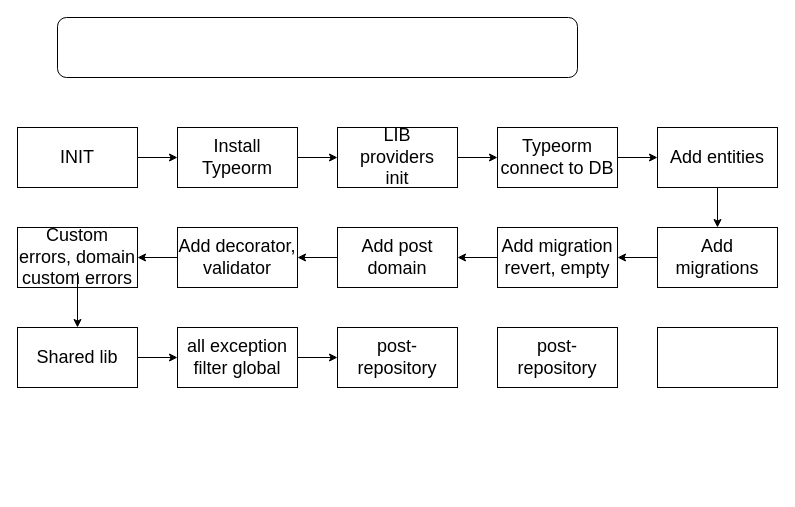
wtfkimi/structure_algoritms keeps this draw.io diagram as draw/Диаграмма без названия.drawio. Above is the earlier version. Source tidied: cells renumbered, new cells numbered last; positions are measured from the earlier drawing's top-left corner, leaving out a move shared by most shapes. Both pictures are drawn from the tidied source at 100%, with x=0, y=0 at pixel (17, 17).
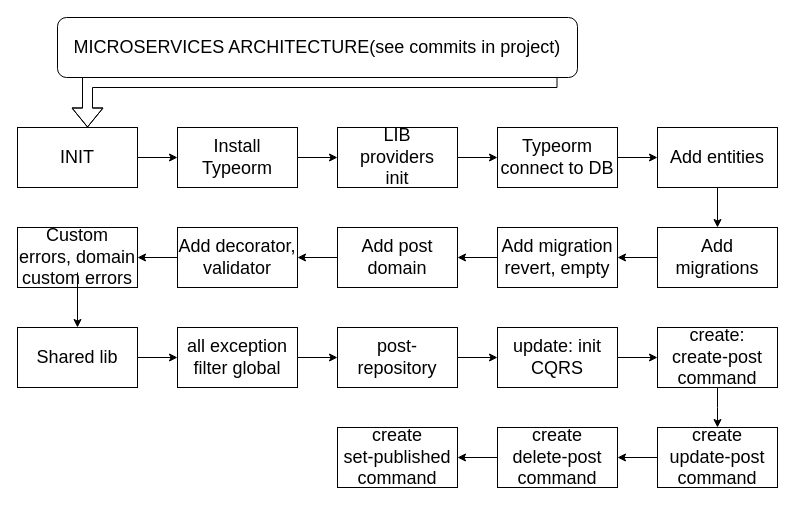
The same page after the edit.

The change refers to these unchanged cells:
```xml
<mxCell id="37" style="rounded=0;whiteSpace=wrap;html=1;" parent="1" vertex="1">
  <mxGeometry x="640" y="310" width="120" height="60" as="geometry" />
</mxCell>
<mxCell id="42" value="&lt;font style=&quot;font-size: 18px;&quot;&gt;post-repository&lt;/font&gt;" style="text;html=1;strokeColor=none;fillColor=none;align=center;verticalAlign=middle;whiteSpace=wrap;rounded=0;" parent="1" vertex="1">
  <mxGeometry x="320" y="325" width="120" height="30" as="geometry" />
</mxCell>
```

What changed in the source:
```diff
@@
-    <mxCell id="7" style="rounded=1;whiteSpace=wrap;html=1;" parent="1" vertex="1">
+    <mxCell id="7" value="&lt;font style=&quot;font-size: 18px;&quot;&gt;MICROSERVICES ARCHITECTURE(see commits in project)&lt;/font&gt;" style="rounded=1;whiteSpace=wrap;html=1;" parent="1" vertex="1">
       <mxGeometry x="40" width="520" height="60" as="geometry" />
     </mxCell>
@@
+    <mxCell id="44" style="edgeStyle=orthogonalEdgeStyle;rounded=0;jettySize=auto;html=1;" parent="1" edge="1" source="42" target="43">
+      <mxGeometry relative="1" as="geometry" />
+    </mxCell>
@@
+    <mxCell id="45" style="edgeStyle=orthogonalEdgeStyle;rounded=0;jettySize=auto;html=1;" parent="1" edge="1" source="43" target="50">
+      <mxGeometry relative="1" as="geometry" />
+    </mxCell>
-    <mxCell id="43" value="&lt;font style=&quot;font-size: 18px;&quot;&gt;post-repository&lt;/font&gt;" style="text;html=1;strokeColor=none;fillColor=none;align=center;verticalAlign=middle;whiteSpace=wrap;rounded=0;" parent="1" vertex="1">
+    <mxCell id="43" value="&lt;span style=&quot;font-size: 18px;&quot;&gt;update: init CQRS&lt;/span&gt;" style="text;html=1;strokeColor=none;fillColor=none;align=center;verticalAlign=middle;whiteSpace=wrap;rounded=0;" parent="1" vertex="1">
       <mxGeometry x="480" y="325" width="120" height="30" as="geometry" />
     </mxCell>
+    <mxCell id="46" style="rounded=0;whiteSpace=wrap;html=1;" parent="1" vertex="1">
+      <mxGeometry x="640" y="410" width="120" height="60" as="geometry" />
+    </mxCell>
+    <mxCell id="47" style="rounded=0;whiteSpace=wrap;html=1;" parent="1" vertex="1">
+      <mxGeometry x="480" y="410" width="120" height="60" as="geometry" />
+    </mxCell>
+    <mxCell id="48" style="rounded=0;whiteSpace=wrap;html=1;" parent="1" vertex="1">
+      <mxGeometry x="320" y="410" width="120" height="60" as="geometry" />
+    </mxCell>
+    <mxCell id="49" style="edgeStyle=orthogonalEdgeStyle;rounded=0;jettySize=auto;html=1;exitX=0.5;exitY=1;exitDx=0;exitDy=0;" parent="1" edge="1" source="37">
+      <mxGeometry relative="1" as="geometry">
+        <mxPoint x="700" y="410" as="targetPoint" />
+      </mxGeometry>
+    </mxCell>
+    <mxCell id="50" value="&lt;span style=&quot;font-size: 18px;&quot;&gt;create:&lt;br&gt;create-post command&lt;/span&gt;" style="text;html=1;strokeColor=none;fillColor=none;align=center;verticalAlign=middle;whiteSpace=wrap;rounded=0;" parent="1" vertex="1">
+      <mxGeometry x="640" y="325" width="120" height="30" as="geometry" />
+    </mxCell>
+    <mxCell id="51" style="edgeStyle=orthogonalEdgeStyle;rounded=0;jettySize=auto;html=1;" parent="1" edge="1" source="52" target="54">
+      <mxGeometry relative="1" as="geometry" />
+    </mxCell>
+    <mxCell id="52" value="&lt;span style=&quot;font-size: 18px;&quot;&gt;create&lt;br&gt;update-post&lt;br&gt;command&lt;br&gt;&lt;/span&gt;" style="text;html=1;strokeColor=none;fillColor=none;align=center;verticalAlign=middle;whiteSpace=wrap;rounded=0;" parent="1" vertex="1">
+      <mxGeometry x="640" y="425" width="120" height="30" as="geometry" />
+    </mxCell>
+    <mxCell id="53" style="edgeStyle=orthogonalEdgeStyle;rounded=0;jettySize=auto;html=1;" parent="1" edge="1" source="54" target="55">
+      <mxGeometry relative="1" as="geometry" />
+    </mxCell>
+    <mxCell id="54" value="&lt;span style=&quot;font-size: 18px;&quot;&gt;create&lt;br&gt;delete-post&lt;br&gt;command&lt;br&gt;&lt;/span&gt;" style="text;html=1;strokeColor=none;fillColor=none;align=center;verticalAlign=middle;whiteSpace=wrap;rounded=0;" parent="1" vertex="1">
+      <mxGeometry x="480" y="425" width="120" height="30" as="geometry" />
+    </mxCell>
+    <mxCell id="55" value="&lt;span style=&quot;font-size: 18px;&quot;&gt;create&lt;br&gt;set-published&lt;br&gt;command&lt;br&gt;&lt;/span&gt;" style="text;html=1;strokeColor=none;fillColor=none;align=center;verticalAlign=middle;whiteSpace=wrap;rounded=0;" parent="1" vertex="1">
+      <mxGeometry x="320" y="425" width="120" height="30" as="geometry" />
+    </mxCell>
+    <mxCell id="56" style="shape=flexArrow;endArrow=classic;html=1;rounded=0;" parent="1" edge="1">
+      <mxGeometry relative="1" as="geometry">
+        <mxPoint x="540" y="65" as="sourcePoint" />
+        <mxPoint x="70" y="110" as="targetPoint" />
+        <Array as="points">
+          <mxPoint x="70" y="65" />
+        </Array>
+      </mxGeometry>
+    </mxCell>
```
